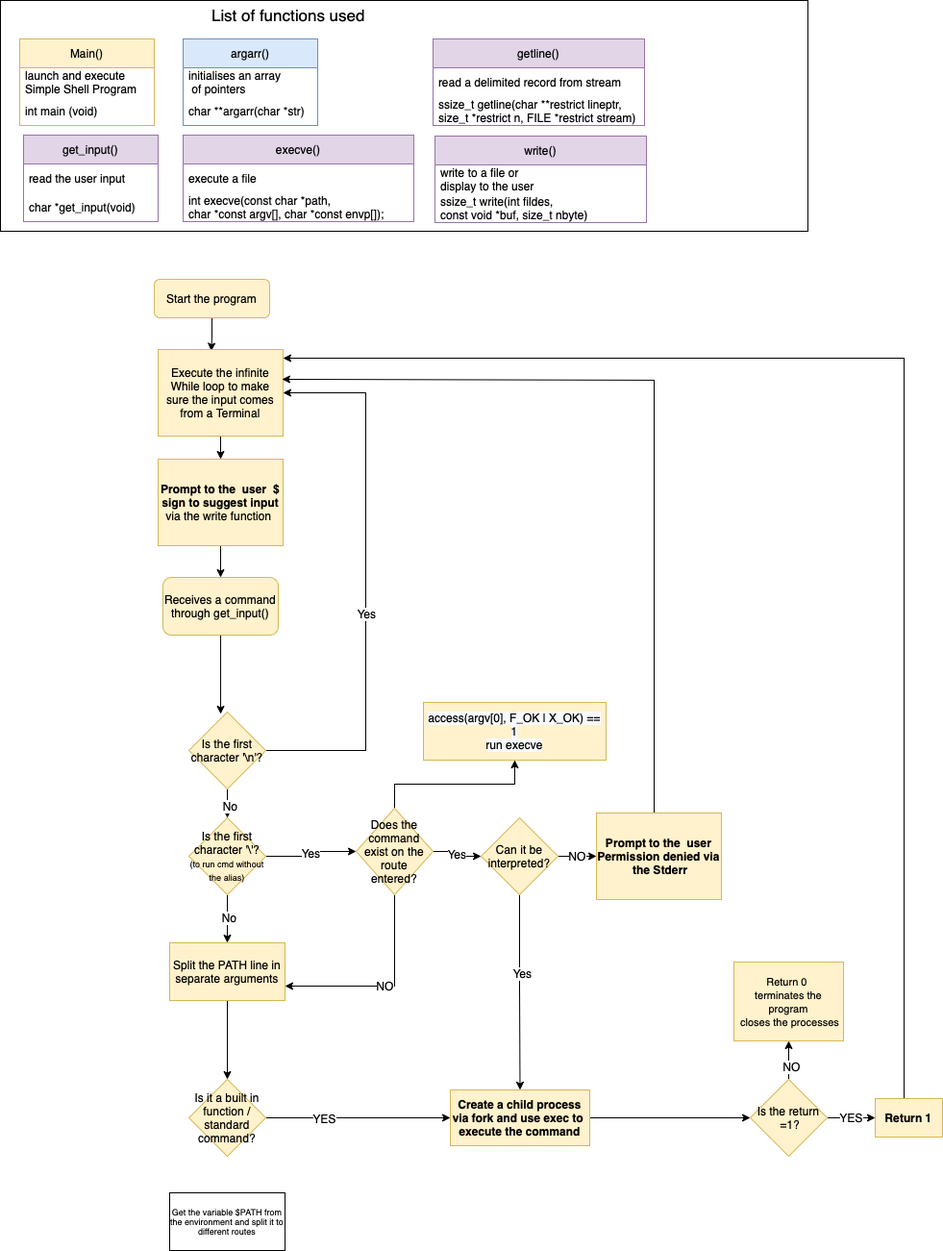
Earlier version of the draw.io export Simple_shell.drawio.png (RainInApril/holbertonschool-simple_shell). Source tidied: cells renumbered, new cells last; positions are measured from the earlier drawing's top-left corner, leaving out a move shared by most shapes. The source it was exported from:
```xml
<mxGraphModel>
  <root>
    <mxCell id="0" />
    <mxCell id="1" parent="0" />
    <mxCell id="2" style="rounded=0;whiteSpace=wrap;html=1;fontSize=17;fillColor=none;" parent="1" vertex="1">
      <mxGeometry width="840" height="240" as="geometry" />
    </mxCell>
    <mxCell id="3" style="edgeStyle=orthogonalEdgeStyle;rounded=0;jettySize=auto;html=1;entryX=0.425;entryY=0.017;entryDx=0;entryDy=0;entryPerimeter=0;" parent="1" edge="1" source="4" target="9">
      <mxGeometry relative="1" as="geometry" />
    </mxCell>
    <mxCell id="4" value="Start the program" style="rounded=1;whiteSpace=wrap;html=1;fontSize=12;glass=0;strokeWidth=1;shadow=0;fillColor=#fff2cc;strokeColor=#d6b656;" parent="1" vertex="1">
      <mxGeometry x="160" y="290" width="120" height="40" as="geometry" />
    </mxCell>
    <mxCell id="5" value="Main()" style="swimlane;fontStyle=0;horizontal=1;startSize=30;fillColor=#fff2cc;strokeColor=#d6b656;" parent="1" vertex="1">
      <mxGeometry x="20" y="40" width="140" height="90" as="geometry" />
    </mxCell>
    <mxCell id="6" value="launch and execute &#10;Simple Shell Program" style="text;strokeColor=none;fillColor=none;align=left;verticalAlign=middle;spacingLeft=4;spacingRight=4;overflow=hidden;" parent="5" vertex="1">
      <mxGeometry y="30" width="140" height="30" as="geometry" />
    </mxCell>
    <mxCell id="7" value="int main (void)" style="text;strokeColor=none;fillColor=none;align=left;verticalAlign=middle;spacingLeft=4;spacingRight=4;overflow=hidden;" parent="5" vertex="1">
      <mxGeometry y="60" width="140" height="30" as="geometry" />
    </mxCell>
    <mxCell id="8" style="edgeStyle=orthogonalEdgeStyle;rounded=0;jettySize=auto;html=1;entryX=0.5;entryY=0;entryDx=0;entryDy=0;" parent="1" edge="1" source="9" target="11">
      <mxGeometry relative="1" as="geometry" />
    </mxCell>
    <mxCell id="9" value="Execute the infinite While loop to make sure the input comes from a Terminal" style="rounded=0;whiteSpace=wrap;html=1;fillColor=#fff2cc;strokeColor=#d6b656;" parent="1" vertex="1">
      <mxGeometry x="164" y="363" width="130" height="90" as="geometry" />
    </mxCell>
    <mxCell id="10" style="edgeStyle=orthogonalEdgeStyle;rounded=0;jettySize=auto;html=1;entryX=0.5;entryY=0;entryDx=0;entryDy=0;fontSize=12;" parent="1" edge="1" source="11" target="17">
      <mxGeometry relative="1" as="geometry" />
    </mxCell>
    <mxCell id="11" value="&lt;b&gt;Prompt to the &amp;nbsp;user &amp;nbsp;$ sign to suggest input&lt;/b&gt;&lt;br&gt;via the write function&amp;nbsp;" style="rounded=0;whiteSpace=wrap;html=1;fillColor=#fff2cc;strokeColor=#d6b656;" parent="1" vertex="1">
      <mxGeometry x="164" y="477" width="130" height="90" as="geometry" />
    </mxCell>
    <mxCell id="12" value="get_input()" style="swimlane;fontStyle=0;horizontal=1;startSize=30;fillColor=#e1d5e7;strokeColor=#9673a6;" parent="1" vertex="1">
      <mxGeometry x="24" y="140" width="140" height="90" as="geometry" />
    </mxCell>
    <mxCell id="13" value="read the user input" style="text;strokeColor=none;fillColor=none;align=left;verticalAlign=middle;spacingLeft=4;spacingRight=4;overflow=hidden;" parent="12" vertex="1">
      <mxGeometry y="30" width="140" height="30" as="geometry" />
    </mxCell>
    <mxCell id="14" value="char *get_input(void)" style="text;strokeColor=none;fillColor=none;align=left;verticalAlign=middle;spacingLeft=4;spacingRight=4;overflow=hidden;" parent="12" vertex="1">
      <mxGeometry y="60" width="140" height="30" as="geometry" />
    </mxCell>
    <mxCell id="15" value="List of functions used" style="text;html=1;strokeColor=none;fillColor=none;align=center;verticalAlign=middle;whiteSpace=wrap;rounded=0;fontSize=17;" parent="1" vertex="1">
      <mxGeometry x="150" width="300" height="30" as="geometry" />
    </mxCell>
    <mxCell id="16" style="edgeStyle=orthogonalEdgeStyle;rounded=0;jettySize=auto;html=1;entryX=0.413;entryY=0.025;entryDx=0;entryDy=0;entryPerimeter=0;fontFamily=Helvetica;fontSize=12;" parent="1" edge="1" source="17" target="34">
      <mxGeometry relative="1" as="geometry" />
    </mxCell>
    <mxCell id="17" value="Receives a command through get_input()" style="rounded=1;whiteSpace=wrap;html=1;fontSize=12;fillColor=#fff2cc;strokeColor=#d6b656;" parent="1" vertex="1">
      <mxGeometry x="169" y="600" width="120" height="60" as="geometry" />
    </mxCell>
    <mxCell id="18" value="argarr()" style="swimlane;fontStyle=0;horizontal=1;startSize=30;fillColor=#dae8fc;strokeColor=#6c8ebf;" parent="1" vertex="1">
      <mxGeometry x="190" y="40" width="140" height="90" as="geometry" />
    </mxCell>
    <mxCell id="19" value="initialises an array&#10; of pointers" style="text;strokeColor=none;fillColor=none;align=left;verticalAlign=middle;spacingLeft=4;spacingRight=4;overflow=hidden;" parent="18" vertex="1">
      <mxGeometry y="30" width="140" height="30" as="geometry" />
    </mxCell>
    <mxCell id="20" value="char **argarr(char *str)" style="text;strokeColor=none;fillColor=none;align=left;verticalAlign=middle;spacingLeft=4;spacingRight=4;overflow=hidden;" parent="18" vertex="1">
      <mxGeometry y="60" width="140" height="30" as="geometry" />
    </mxCell>
    <mxCell id="21" value="execve()" style="swimlane;fontStyle=0;horizontal=1;startSize=30;fillColor=#e1d5e7;strokeColor=#9673a6;" parent="1" vertex="1">
      <mxGeometry x="190" y="140" width="240" height="90" as="geometry" />
    </mxCell>
    <mxCell id="22" value="execute a file" style="text;strokeColor=none;fillColor=none;align=left;verticalAlign=middle;spacingLeft=4;spacingRight=4;overflow=hidden;" parent="21" vertex="1">
      <mxGeometry y="30" width="240" height="30" as="geometry" />
    </mxCell>
    <mxCell id="23" value="int execve(const char *path, &#10;char *const argv[], char *const envp[]);" style="text;strokeColor=none;fillColor=none;align=left;verticalAlign=middle;spacingLeft=4;spacingRight=4;overflow=hidden;" parent="21" vertex="1">
      <mxGeometry y="60" width="240" height="30" as="geometry" />
    </mxCell>
    <mxCell id="24" value="getline()" style="swimlane;fontStyle=0;horizontal=1;startSize=30;fillColor=#e1d5e7;strokeColor=#9673a6;" parent="1" vertex="1">
      <mxGeometry x="450" y="40" width="220" height="90" as="geometry" />
    </mxCell>
    <mxCell id="25" value="read a delimited record from stream" style="text;strokeColor=none;fillColor=none;align=left;verticalAlign=middle;spacingLeft=4;spacingRight=4;overflow=hidden;fontFamily=Helvetica;" parent="24" vertex="1">
      <mxGeometry y="30" width="220" height="30" as="geometry" />
    </mxCell>
    <mxCell id="26" value="ssize_t getline(char **restrict lineptr, &#10;size_t *restrict n, FILE *restrict stream)" style="text;strokeColor=none;fillColor=none;align=left;verticalAlign=middle;spacingLeft=4;spacingRight=4;overflow=hidden;fontFamily=Helvetica;" parent="24" vertex="1">
      <mxGeometry y="60" width="220" height="30" as="geometry" />
    </mxCell>
    <mxCell id="27" value="write()" style="swimlane;fontStyle=0;horizontal=1;startSize=30;fillColor=#e1d5e7;strokeColor=#9673a6;" parent="1" vertex="1">
      <mxGeometry x="452" y="141" width="220" height="90" as="geometry" />
    </mxCell>
    <mxCell id="28" value="write to a file or&#10;display to the user" style="text;strokeColor=none;fillColor=none;align=left;verticalAlign=middle;spacingLeft=4;spacingRight=4;overflow=hidden;" parent="27" vertex="1">
      <mxGeometry y="30" width="220" height="30" as="geometry" />
    </mxCell>
    <mxCell id="29" value="ssize_t write(int fildes, &#10;const void *buf, size_t nbyte)" style="text;strokeColor=none;fillColor=none;align=left;verticalAlign=middle;spacingLeft=4;spacingRight=4;overflow=hidden;fontFamily=Helvetica;fontSize=12;" parent="27" vertex="1">
      <mxGeometry y="60" width="220" height="30" as="geometry" />
    </mxCell>
    <mxCell id="30" style="edgeStyle=orthogonalEdgeStyle;rounded=0;jettySize=auto;html=1;entryX=1;entryY=0.5;entryDx=0;entryDy=0;fontFamily=Helvetica;fontSize=12;exitX=1;exitY=0.5;exitDx=0;exitDy=0;" parent="1" edge="1" source="34" target="9">
      <mxGeometry relative="1" as="geometry">
        <Array as="points">
          <mxPoint x="380" y="780" />
          <mxPoint x="380" y="408" />
        </Array>
      </mxGeometry>
    </mxCell>
    <mxCell id="31" value="Yes" style="edgeLabel;html=1;align=center;verticalAlign=middle;fontSize=12;fontFamily=Helvetica;" parent="30" vertex="1">
      <mxGeometry x="-0.12" relative="1" as="geometry" />
    </mxCell>
    <mxCell id="32" style="edgeStyle=orthogonalEdgeStyle;rounded=0;jettySize=auto;html=1;entryX=0.5;entryY=0;entryDx=0;entryDy=0;fontFamily=Helvetica;fontSize=12;" parent="1" edge="1" source="34" target="38">
      <mxGeometry relative="1" as="geometry" />
    </mxCell>
    <mxCell id="33" value="No" style="edgeLabel;html=1;align=center;verticalAlign=middle;fontSize=12;fontFamily=Helvetica;" parent="32" vertex="1">
      <mxGeometry x="0.48" y="2" relative="1" as="geometry" />
    </mxCell>
    <mxCell id="34" value="Is the first character '\n'?" style="rhombus;whiteSpace=wrap;html=1;fontFamily=Helvetica;fontSize=12;fillColor=#fff2cc;strokeColor=#d6b656;" parent="1" vertex="1">
      <mxGeometry x="196" y="740" width="80" height="80" as="geometry" />
    </mxCell>
    <mxCell id="35" value="Yes" style="edgeStyle=orthogonalEdgeStyle;rounded=0;jettySize=auto;html=1;entryX=0;entryY=0.5;entryDx=0;entryDy=0;fontFamily=Helvetica;fontSize=12;" parent="1" edge="1" source="38" target="42">
      <mxGeometry relative="1" as="geometry" />
    </mxCell>
    <mxCell id="36" style="edgeStyle=orthogonalEdgeStyle;rounded=0;jettySize=auto;html=1;fontFamily=Helvetica;fontSize=12;" parent="1" edge="1" source="38" target="44">
      <mxGeometry relative="1" as="geometry" />
    </mxCell>
    <mxCell id="37" value="No" style="edgeLabel;html=1;align=center;verticalAlign=middle;fontSize=12;fontFamily=Helvetica;" parent="36" vertex="1">
      <mxGeometry x="-0.08" y="1" relative="1" as="geometry" />
    </mxCell>
    <mxCell id="38" value="Is the first character '\'?&lt;br&gt;&lt;font style=&quot;font-size: 9px;&quot;&gt;(to run cmd without the alias)&lt;/font&gt;" style="rhombus;whiteSpace=wrap;html=1;fontFamily=Helvetica;fontSize=12;fillColor=#fff2cc;strokeColor=#d6b656;" parent="1" vertex="1">
      <mxGeometry x="196" y="850" width="80" height="80" as="geometry" />
    </mxCell>
    <mxCell id="39" value="Yes" style="edgeStyle=orthogonalEdgeStyle;rounded=0;jettySize=auto;html=1;fontFamily=Helvetica;fontSize=12;" parent="1" edge="1" source="42" target="48">
      <mxGeometry relative="1" as="geometry" />
    </mxCell>
    <mxCell id="40" value="NO" style="edgeStyle=orthogonalEdgeStyle;rounded=0;jettySize=auto;html=1;entryX=1;entryY=0.75;entryDx=0;entryDy=0;fontFamily=Helvetica;fontSize=12;" parent="1" edge="1" source="42" target="44">
      <mxGeometry relative="1" as="geometry">
        <Array as="points">
          <mxPoint x="410" y="1025" />
        </Array>
      </mxGeometry>
    </mxCell>
    <mxCell id="41" style="edgeStyle=orthogonalEdgeStyle;rounded=0;jettySize=auto;html=1;" parent="1" edge="1" source="42" target="64">
      <mxGeometry relative="1" as="geometry" />
    </mxCell>
    <mxCell id="42" value="Does the command exist on the route entered?" style="rhombus;whiteSpace=wrap;html=1;fontFamily=Helvetica;fontSize=12;fillColor=#fff2cc;strokeColor=#d6b656;" parent="1" vertex="1">
      <mxGeometry x="370" y="840" width="80" height="90" as="geometry" />
    </mxCell>
    <mxCell id="43" style="edgeStyle=orthogonalEdgeStyle;rounded=0;jettySize=auto;html=1;entryX=0.5;entryY=0;entryDx=0;entryDy=0;fontFamily=Helvetica;fontSize=12;" parent="1" edge="1" source="44" target="55">
      <mxGeometry relative="1" as="geometry" />
    </mxCell>
    <mxCell id="44" value="Split the PATH line in separate arguments" style="rounded=0;whiteSpace=wrap;html=1;fontFamily=Helvetica;fontSize=12;fillColor=#fff2cc;strokeColor=#d6b656;" parent="1" vertex="1">
      <mxGeometry x="176" y="980" width="120" height="60" as="geometry" />
    </mxCell>
    <mxCell id="45" value="NO" style="edgeStyle=orthogonalEdgeStyle;rounded=0;jettySize=auto;html=1;fontFamily=Helvetica;fontSize=12;" parent="1" edge="1" source="48" target="50">
      <mxGeometry relative="1" as="geometry" />
    </mxCell>
    <mxCell id="46" style="edgeStyle=orthogonalEdgeStyle;rounded=0;jettySize=auto;html=1;exitX=0.5;exitY=1;exitDx=0;exitDy=0;entryX=0.5;entryY=0;entryDx=0;entryDy=0;fontFamily=Helvetica;fontSize=12;" parent="1" edge="1" source="48" target="52">
      <mxGeometry relative="1" as="geometry" />
    </mxCell>
    <mxCell id="47" value="Yes" style="edgeLabel;html=1;align=center;verticalAlign=middle;fontSize=12;fontFamily=Helvetica;" parent="46" vertex="1">
      <mxGeometry x="-0.2" y="2" relative="1" as="geometry" />
    </mxCell>
    <mxCell id="48" value="Can it be interpreted?" style="rhombus;whiteSpace=wrap;html=1;fontFamily=Helvetica;fontSize=12;fillColor=#fff2cc;strokeColor=#d6b656;" parent="1" vertex="1">
      <mxGeometry x="500" y="850" width="80" height="80" as="geometry" />
    </mxCell>
    <mxCell id="49" style="edgeStyle=orthogonalEdgeStyle;rounded=0;jettySize=auto;html=1;entryX=0.992;entryY=0.344;entryDx=0;entryDy=0;entryPerimeter=0;fontFamily=Helvetica;fontSize=9;" parent="1" edge="1" source="50" target="9">
      <mxGeometry relative="1" as="geometry">
        <Array as="points">
          <mxPoint x="680" y="395" />
        </Array>
      </mxGeometry>
    </mxCell>
    <mxCell id="50" value="&lt;b&gt;Prompt to the &amp;nbsp;user Permission denied via &amp;nbsp;the Stderr&lt;/b&gt;" style="rounded=0;whiteSpace=wrap;html=1;fillColor=#fff2cc;strokeColor=#d6b656;" parent="1" vertex="1">
      <mxGeometry x="620" y="845" width="130" height="90" as="geometry" />
    </mxCell>
    <mxCell id="51" style="edgeStyle=orthogonalEdgeStyle;rounded=0;jettySize=auto;html=1;entryX=0;entryY=0.5;entryDx=0;entryDy=0;fontFamily=Helvetica;fontSize=12;" parent="1" edge="1" source="52" target="59">
      <mxGeometry relative="1" as="geometry" />
    </mxCell>
    <mxCell id="52" value="&lt;b&gt;Create a child process via fork and use&amp;nbsp;exec to&amp;nbsp;&lt;br&gt;execute the command&lt;/b&gt;" style="rounded=0;whiteSpace=wrap;html=1;fillColor=#fff2cc;strokeColor=#d6b656;" parent="1" vertex="1">
      <mxGeometry x="468" y="1133" width="145" height="58" as="geometry" />
    </mxCell>
    <mxCell id="53" style="edgeStyle=orthogonalEdgeStyle;rounded=0;jettySize=auto;html=1;entryX=0;entryY=0.5;entryDx=0;entryDy=0;fontFamily=Helvetica;fontSize=12;" parent="1" edge="1" source="55" target="52">
      <mxGeometry relative="1" as="geometry" />
    </mxCell>
    <mxCell id="54" value="YES" style="edgeLabel;html=1;align=center;verticalAlign=middle;fontSize=12;fontFamily=Helvetica;" parent="53" vertex="1">
      <mxGeometry x="-0.38" relative="1" as="geometry" />
    </mxCell>
    <mxCell id="55" value="Is it a built in function / standard command?" style="rhombus;whiteSpace=wrap;html=1;fontFamily=Helvetica;fontSize=12;fillColor=#fff2cc;strokeColor=#d6b656;" parent="1" vertex="1">
      <mxGeometry x="196" y="1122" width="80" height="80" as="geometry" />
    </mxCell>
    <mxCell id="56" value="YES" style="edgeStyle=orthogonalEdgeStyle;rounded=0;jettySize=auto;html=1;fontFamily=Helvetica;fontSize=12;entryX=0;entryY=0.5;entryDx=0;entryDy=0;" parent="1" edge="1" source="59" target="61">
      <mxGeometry relative="1" as="geometry" />
    </mxCell>
    <mxCell id="57" style="edgeStyle=orthogonalEdgeStyle;rounded=0;jettySize=auto;html=1;exitX=0.5;exitY=0;exitDx=0;exitDy=0;entryX=0.5;entryY=1;entryDx=0;entryDy=0;fontFamily=Helvetica;fontSize=12;" parent="1" edge="1" source="59" target="62">
      <mxGeometry relative="1" as="geometry" />
    </mxCell>
    <mxCell id="58" value="NO" style="edgeLabel;html=1;align=center;verticalAlign=middle;fontSize=12;fontFamily=Helvetica;" parent="57" vertex="1">
      <mxGeometry x="-0.29" y="-2" relative="1" as="geometry" />
    </mxCell>
    <mxCell id="59" value="Is the return &amp;nbsp;=1?" style="rhombus;whiteSpace=wrap;html=1;fontFamily=Helvetica;fontSize=12;fillColor=#fff2cc;strokeColor=#d6b656;" parent="1" vertex="1">
      <mxGeometry x="780" y="1122" width="80" height="80" as="geometry" />
    </mxCell>
    <mxCell id="60" style="edgeStyle=orthogonalEdgeStyle;rounded=0;jettySize=auto;html=1;entryX=1;entryY=0.1;entryDx=0;entryDy=0;entryPerimeter=0;fontFamily=Helvetica;fontSize=12;" parent="1" edge="1" source="61" target="9">
      <mxGeometry relative="1" as="geometry">
        <Array as="points">
          <mxPoint x="940" y="372" />
        </Array>
      </mxGeometry>
    </mxCell>
    <mxCell id="61" value="&lt;b&gt;Return 1&lt;/b&gt;" style="rounded=0;whiteSpace=wrap;html=1;fillColor=#fff2cc;strokeColor=#d6b656;" parent="1" vertex="1">
      <mxGeometry x="910" y="1142" width="70" height="40" as="geometry" />
    </mxCell>
    <mxCell id="62" value="&lt;font style=&quot;font-size: 11px;&quot;&gt;Return 0 &lt;br&gt;terminates the program&lt;br&gt;&amp;nbsp;closes the processes&lt;/font&gt;" style="rounded=0;whiteSpace=wrap;html=1;fillColor=#fff2cc;strokeColor=#d6b656;" parent="1" vertex="1">
      <mxGeometry x="763" y="1000" width="114" height="82" as="geometry" />
    </mxCell>
    <mxCell id="63" value="Get the variable $PATH from the environment and split it to different routes" style="rounded=0;whiteSpace=wrap;html=1;fontFamily=Helvetica;fontSize=9;fillColor=none;" parent="1" vertex="1">
      <mxGeometry x="176" y="1240" width="120" height="60" as="geometry" />
    </mxCell>
    <mxCell id="64" value="&lt;span style=&quot;caret-color: rgb(0, 0, 0); color: rgb(0, 0, 0); font-family: Helvetica; font-size: 12px; font-style: normal; font-variant-caps: normal; font-weight: 400; letter-spacing: normal; text-align: center; text-indent: 0px; text-transform: none; word-spacing: 0px; -webkit-text-stroke-width: 0px; background-color: rgb(248, 249, 250); text-decoration: none; float: none; display: inline !important;&quot;&gt;access(argv[0], F_OK | X_OK) == 1&lt;br&gt;run execve&lt;br&gt;&lt;/span&gt;" style="whiteSpace=wrap;html=1;fillColor=#fff2cc;strokeColor=#d6b656;" parent="1" vertex="1">
      <mxGeometry x="440" y="730" width="190" height="60" as="geometry" />
    </mxCell>
  </root>
</mxGraphModel>
```
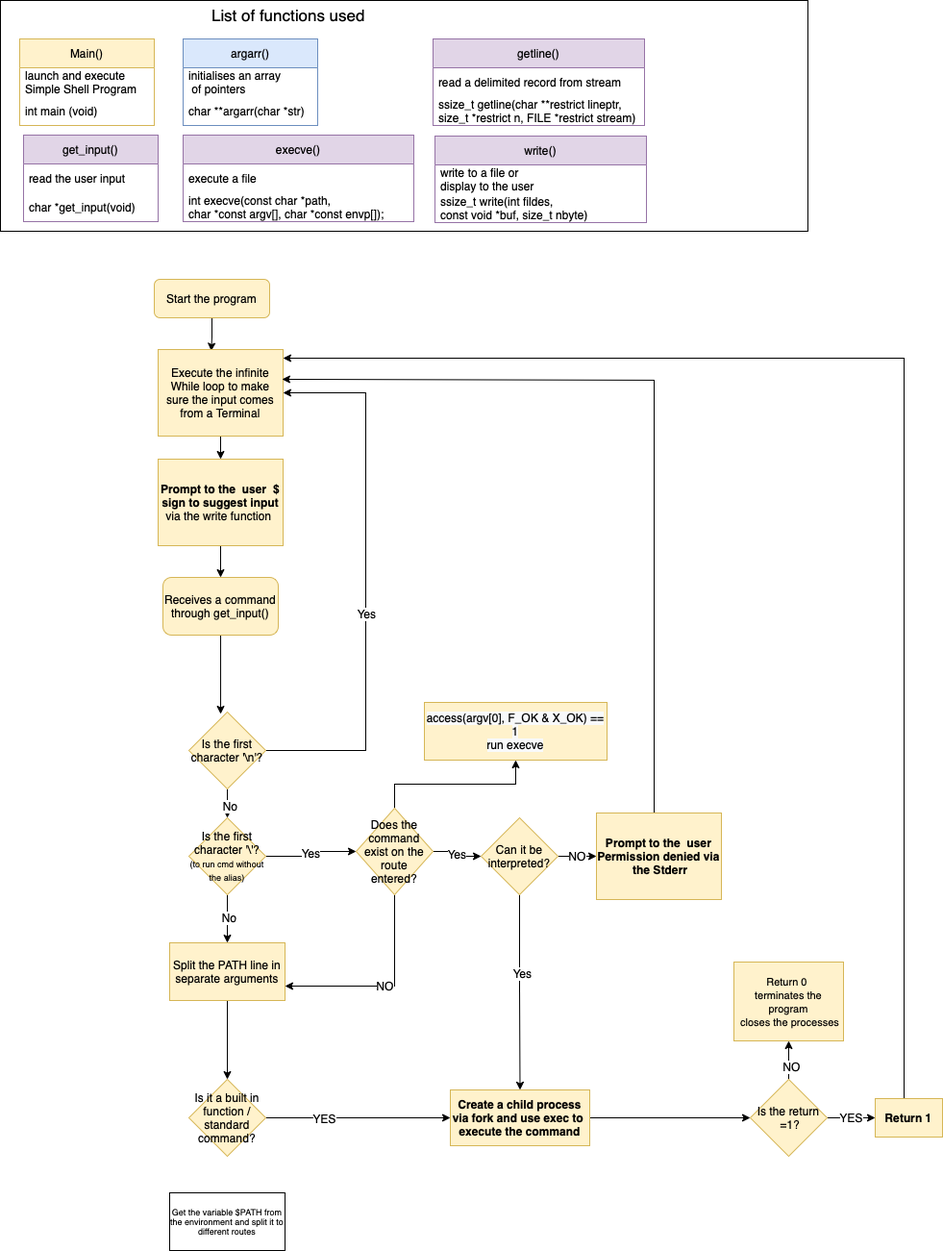
Later version of the same file.

Change to the diagram source:
```diff
@@ -205,8 +205,8 @@
     <mxCell id="63" value="Get the variable $PATH from the environment and split it to different routes" style="rounded=0;whiteSpace=wrap;html=1;fontFamily=Helvetica;fontSize=9;fillColor=none;" parent="1" vertex="1">
       <mxGeometry x="176" y="1240" width="120" height="60" as="geometry" />
     </mxCell>
-    <mxCell id="64" value="&lt;span style=&quot;caret-color: rgb(0, 0, 0); color: rgb(0, 0, 0); font-family: Helvetica; font-size: 12px; font-style: normal; font-variant-caps: normal; font-weight: 400; letter-spacing: normal; text-align: center; text-indent: 0px; text-transform: none; word-spacing: 0px; -webkit-text-stroke-width: 0px; background-color: rgb(248, 249, 250); text-decoration: none; float: none; display: inline !important;&quot;&gt;access(argv[0], F_OK | X_OK) == 1&lt;br&gt;run execve&lt;br&gt;&lt;/span&gt;" style="whiteSpace=wrap;html=1;fillColor=#fff2cc;strokeColor=#d6b656;" parent="1" vertex="1">
-      <mxGeometry x="440" y="730" width="190" height="60" as="geometry" />
+    <mxCell id="64" value="&lt;span style=&quot;caret-color: rgb(0, 0, 0); color: rgb(0, 0, 0); font-family: Helvetica; font-size: 12px; font-style: normal; font-variant-caps: normal; font-weight: 400; letter-spacing: normal; text-align: center; text-indent: 0px; text-transform: none; word-spacing: 0px; -webkit-text-stroke-width: 0px; background-color: rgb(248, 249, 250); text-decoration: none; float: none; display: inline !important;&quot;&gt;access(argv[0], F_OK &amp;amp; X_OK) == 1&lt;br&gt;run execve&lt;br&gt;&lt;/span&gt;" style="whiteSpace=wrap;html=1;fillColor=#fff2cc;strokeColor=#d6b656;" parent="1" vertex="1">
+      <mxGeometry x="441" y="730" width="190" height="60" as="geometry" />
     </mxCell>
   </root>
 </mxGraphModel>
```
